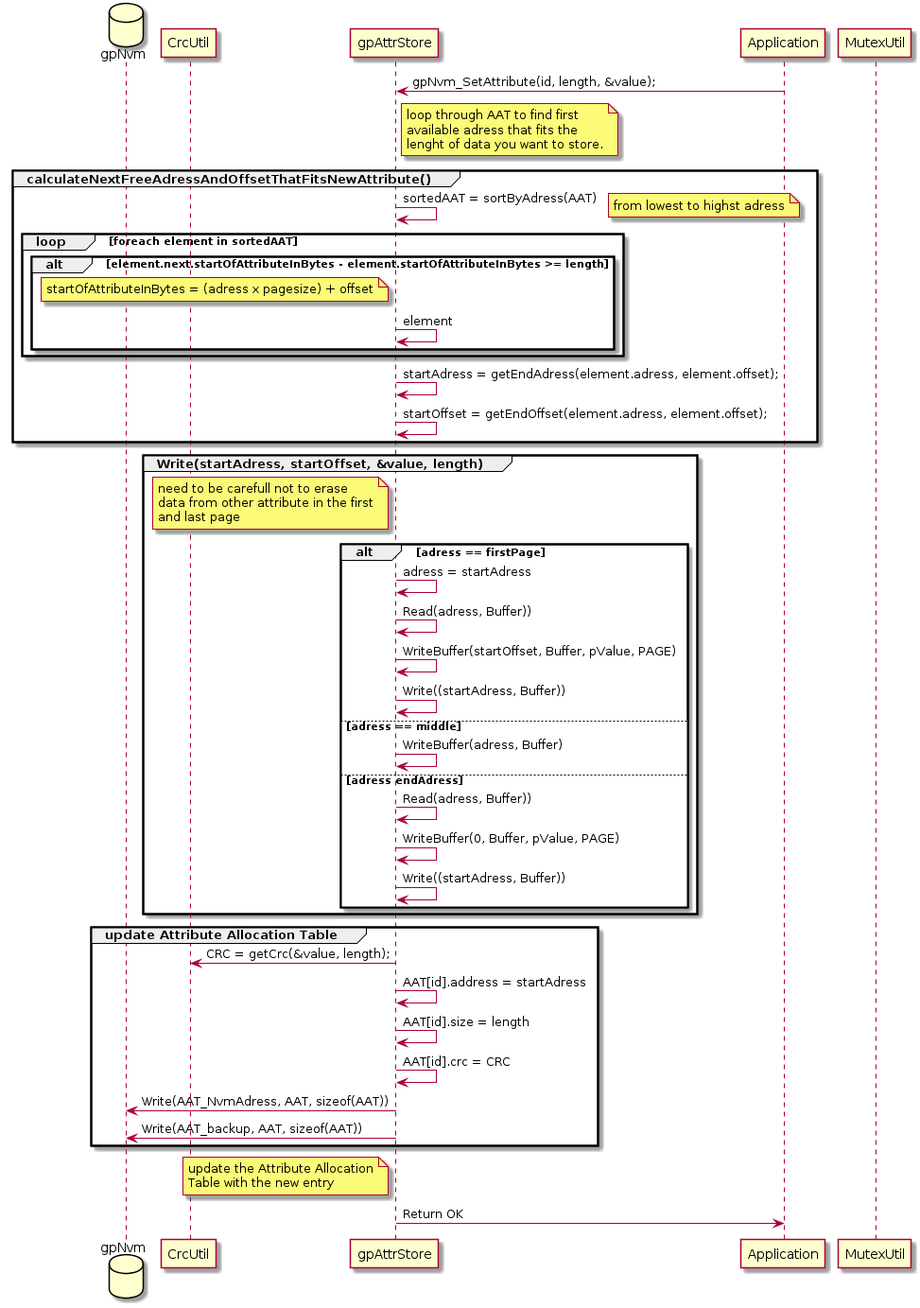
This is doc/gpNvm_SetAttribute.png from kevinwong1983/AttributeAllocationTable, a PlantUML export, as it was before one commit. Source of this version:
```plantuml
@startuml gpNvm_SetAttribute

database gpNvm
participant CrcUtil
participant gpAttrStore
participant Application
participant MutexUtil

Application -> gpAttrStore : gpNvm_SetAttribute(id, length, &value);
	note right of gpAttrStore
		loop through AAT to find first
		available adress that fits the
		lenght of data you want to store.
	end note
	group calculateNextFreeAdressAndOffsetThatFitsNewAttribute()
		gpAttrStore -> gpAttrStore: sortedAAT = sortByAdress(AAT)
		note right: from lowest to highst adress
		loop foreach element in sortedAAT
			alt element.next.startOfAttributeInBytes - element.startOfAttributeInBytes >= length
				note left of gpAttrStore
					startOfAttributeInBytes = (adress x pagesize) + offset
				end note
				gpAttrStore -> gpAttrStore: element
			end
		end
		gpAttrStore -> gpAttrStore: startAdress = getEndAdress(element.adress, element.offset);
		gpAttrStore -> gpAttrStore: startOffset = getEndOffset(element.adress, element.offset);
	end

	group Write(startAdress, startOffset, &value, length)
		note left of gpAttrStore
			need to be carefull not to erase
			data from other attribute in the first
			and last page
		end note
		alt adress == firstPage
			gpAttrStore -> gpAttrStore: adress = startAdress
			gpAttrStore -> gpAttrStore: Read(adress, Buffer))
			gpAttrStore -> gpAttrStore: WriteBuffer(startOffset, Buffer, pValue, PAGE)
			gpAttrStore -> gpAttrStore: Write((startAdress, Buffer))
		else adress == middle
			gpAttrStore -> gpAttrStore: WriteBuffer(adress, Buffer)
		else adress endAdress
			gpAttrStore -> gpAttrStore: Read(adress, Buffer))
			gpAttrStore -> gpAttrStore: WriteBuffer(0, Buffer, pValue, PAGE)
			gpAttrStore -> gpAttrStore: Write((startAdress, Buffer))
		end
	end

	group update Attribute Allocation Table
		gpAttrStore -> CrcUtil : CRC = getCrc(&value, length);
		gpAttrStore -> gpAttrStore : AAT[id].address = startAdress
		gpAttrStore -> gpAttrStore : AAT[id].size = length
		gpAttrStore -> gpAttrStore : AAT[id].crc = CRC
		gpAttrStore -> gpNvm: Write(AAT_NvmAdress, AAT, sizeof(AAT))
		gpAttrStore -> gpNvm: Write(AAT_backup, AAT, sizeof(AAT))
	end

	note left of gpAttrStore
		update the Attribute Allocation
		Table with the new entry
	end note
	gpAttrStore -> Application : Return OK

@enduml
```
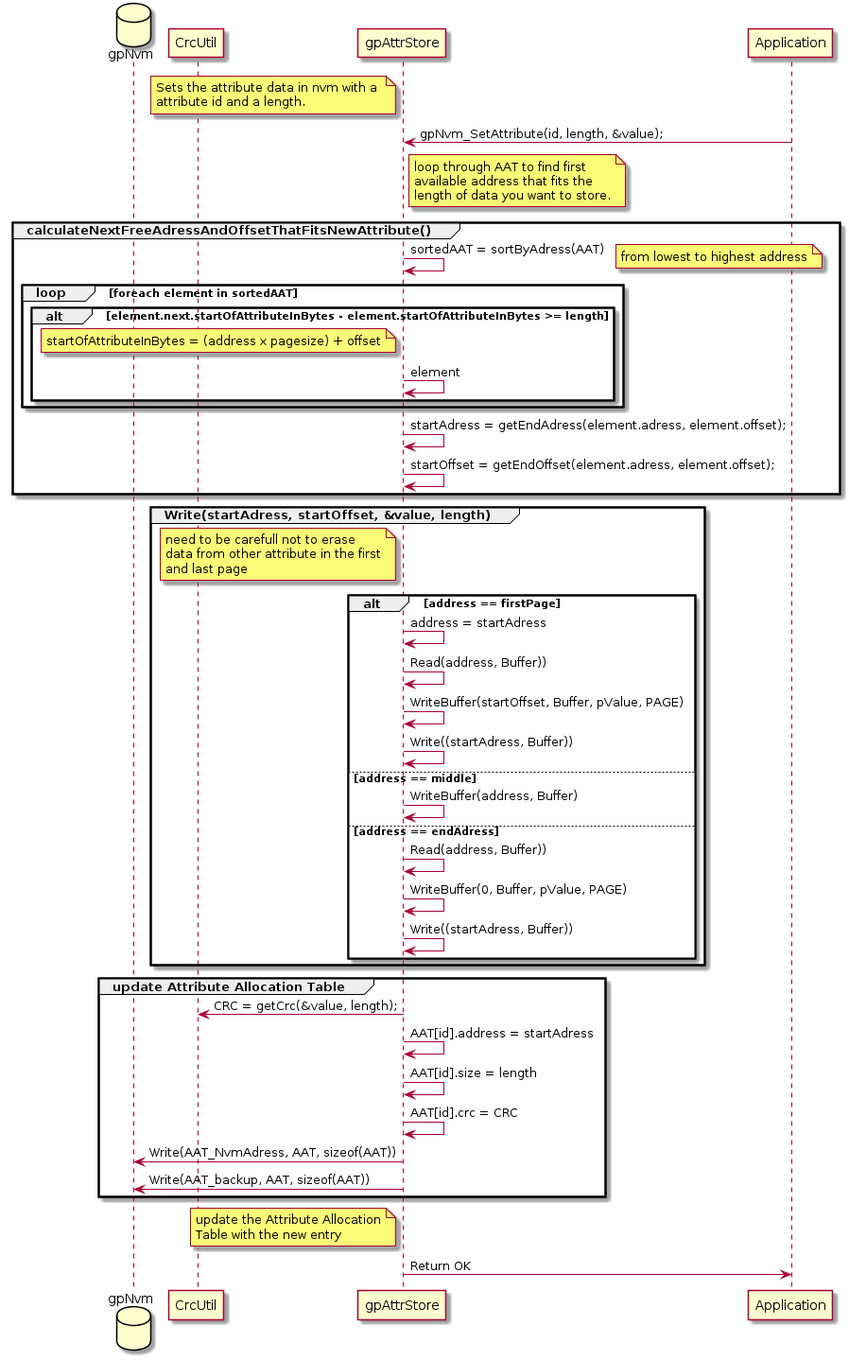
After the commit.

Diff of the diagram source:
```diff
@@ -1,24 +1,27 @@
 @startuml gpNvm_SetAttribute
+note left of gpAttrStore
+	Sets the attribute data in nvm with a
+	attribute id and a length.
+end note
 
 database gpNvm
 participant CrcUtil
 participant gpAttrStore
 participant Application
-participant MutexUtil
 
 Application -> gpAttrStore : gpNvm_SetAttribute(id, length, &value);
 	note right of gpAttrStore
 		loop through AAT to find first
-		available adress that fits the
-		lenght of data you want to store.
+		available address that fits the
+		length of data you want to store.
 	end note
 	group calculateNextFreeAdressAndOffsetThatFitsNewAttribute()
 		gpAttrStore -> gpAttrStore: sortedAAT = sortByAdress(AAT)
-		note right: from lowest to highst adress
+		note right: from lowest to highest address
 		loop foreach element in sortedAAT
 			alt element.next.startOfAttributeInBytes - element.startOfAttributeInBytes >= length
 				note left of gpAttrStore
-					startOfAttributeInBytes = (adress x pagesize) + offset
+					startOfAttributeInBytes = (address x pagesize) + offset
 				end note
 				gpAttrStore -> gpAttrStore: element
 			end
@@ -33,15 +36,15 @@
 			data from other attribute in the first
 			and last page
 		end note
-		alt adress == firstPage
-			gpAttrStore -> gpAttrStore: adress = startAdress
-			gpAttrStore -> gpAttrStore: Read(adress, Buffer))
+		alt address == firstPage
+			gpAttrStore -> gpAttrStore: address = startAdress
+			gpAttrStore -> gpAttrStore: Read(address, Buffer))
 			gpAttrStore -> gpAttrStore: WriteBuffer(startOffset, Buffer, pValue, PAGE)
 			gpAttrStore -> gpAttrStore: Write((startAdress, Buffer))
-		else adress == middle
-			gpAttrStore -> gpAttrStore: WriteBuffer(adress, Buffer)
-		else adress endAdress
-			gpAttrStore -> gpAttrStore: Read(adress, Buffer))
+		else address == middle
+			gpAttrStore -> gpAttrStore: WriteBuffer(address, Buffer)
+		else address == endAdress
+			gpAttrStore -> gpAttrStore: Read(address, Buffer))
 			gpAttrStore -> gpAttrStore: WriteBuffer(0, Buffer, pValue, PAGE)
 			gpAttrStore -> gpAttrStore: Write((startAdress, Buffer))
 		end
```
